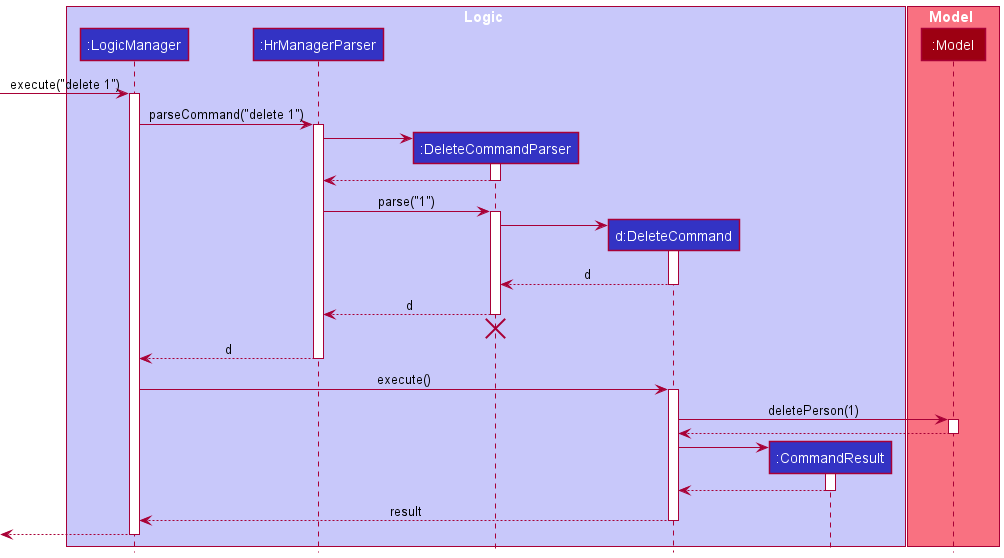
Before: docs/images/DeleteSequenceDiagram.png, a diagram exported from PlantUML (seaweediman/tp). Source of this version:
```plantuml
@startuml
!include style.puml

box Logic LOGIC_COLOR_T1
participant ":LogicManager" as LogicManager LOGIC_COLOR
participant ":HrManagerParser" as HrManagerParser LOGIC_COLOR
participant ":DeleteCommandParser" as DeleteCommandParser LOGIC_COLOR
participant "d:DeleteCommand" as DeleteCommand LOGIC_COLOR
participant ":CommandResult" as CommandResult LOGIC_COLOR
end box

box Model MODEL_COLOR_T1
participant ":Model" as Model MODEL_COLOR
end box

[-> LogicManager : execute("delete 1")
activate LogicManager

LogicManager -> HrManagerParser : parseCommand("delete 1")
activate HrManagerParser

create DeleteCommandParser
HrManagerParser -> DeleteCommandParser
activate DeleteCommandParser

DeleteCommandParser --> HrManagerParser
deactivate DeleteCommandParser

HrManagerParser -> DeleteCommandParser : parse("1")
activate DeleteCommandParser

create DeleteCommand
DeleteCommandParser -> DeleteCommand
activate DeleteCommand

DeleteCommand --> DeleteCommandParser : d
deactivate DeleteCommand

DeleteCommandParser --> HrManagerParser : d
deactivate DeleteCommandParser
DeleteCommandParser -[hidden]-> HrManagerParser
destroy DeleteCommandParser

HrManagerParser --> LogicManager : d
deactivate HrManagerParser

LogicManager -> DeleteCommand : execute()
activate DeleteCommand

DeleteCommand -> Model : deletePerson(1)
activate Model

Model --> DeleteCommand
deactivate Model

create CommandResult
DeleteCommand -> CommandResult
activate CommandResult

CommandResult --> DeleteCommand
deactivate CommandResult

DeleteCommand --> LogicManager : result
deactivate DeleteCommand

[<--LogicManager
deactivate LogicManager
@enduml
```
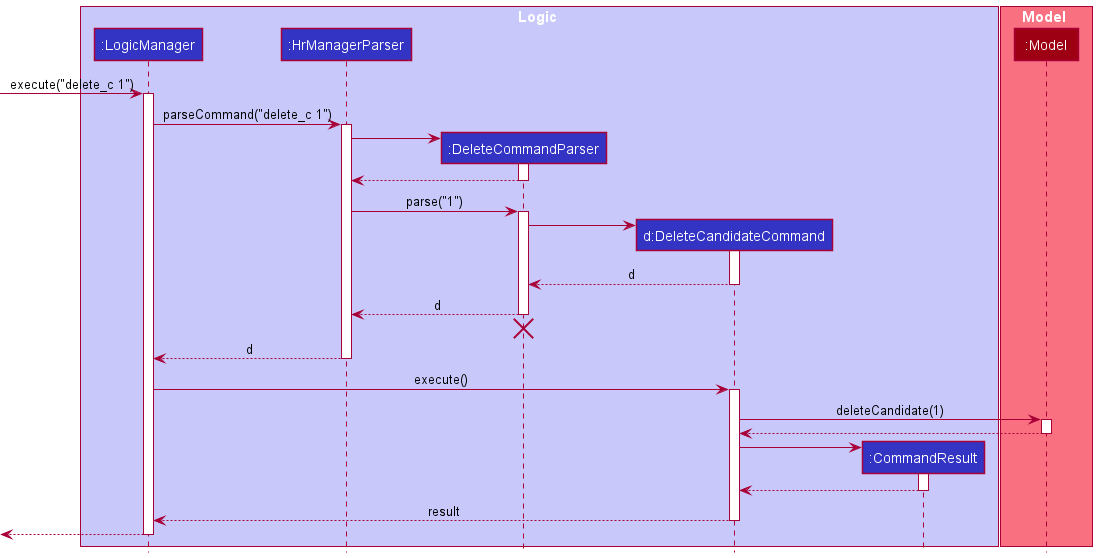
The same file after the commit.

The edit, as a diff of the source:
```diff
@@ -4,8 +4,8 @@
 box Logic LOGIC_COLOR_T1
 participant ":LogicManager" as LogicManager LOGIC_COLOR
 participant ":HrManagerParser" as HrManagerParser LOGIC_COLOR
-participant ":DeleteCommandParser" as DeleteCommandParser LOGIC_COLOR
-participant "d:DeleteCommand" as DeleteCommand LOGIC_COLOR
+participant ":DeleteCommandParser" as DeleteCandidateCommandParser LOGIC_COLOR
+participant "d:DeleteCandidateCommand" as DeleteCandidateCommand LOGIC_COLOR
 participant ":CommandResult" as CommandResult LOGIC_COLOR
 end box
 
@@ -13,55 +13,55 @@
 participant ":Model" as Model MODEL_COLOR
 end box
 
-[-> LogicManager : execute("delete 1")
+[-> LogicManager : execute("delete_c 1")
 activate LogicManager
 
-LogicManager -> HrManagerParser : parseCommand("delete 1")
+LogicManager -> HrManagerParser : parseCommand("delete_c 1")
 activate HrManagerParser
 
-create DeleteCommandParser
-HrManagerParser -> DeleteCommandParser
-activate DeleteCommandParser
+create DeleteCandidateCommandParser
+HrManagerParser -> DeleteCandidateCommandParser
+activate DeleteCandidateCommandParser
 
-DeleteCommandParser --> HrManagerParser
-deactivate DeleteCommandParser
+DeleteCandidateCommandParser --> HrManagerParser
+deactivate DeleteCandidateCommandParser
 
-HrManagerParser -> DeleteCommandParser : parse("1")
-activate DeleteCommandParser
+HrManagerParser -> DeleteCandidateCommandParser : parse("1")
+activate DeleteCandidateCommandParser
 
-create DeleteCommand
-DeleteCommandParser -> DeleteCommand
-activate DeleteCommand
+create DeleteCandidateCommand
+DeleteCandidateCommandParser -> DeleteCandidateCommand
+activate DeleteCandidateCommand
 
-DeleteCommand --> DeleteCommandParser : d
-deactivate DeleteCommand
+DeleteCandidateCommand --> DeleteCandidateCommandParser : d
+deactivate DeleteCandidateCommand
 
-DeleteCommandParser --> HrManagerParser : d
-deactivate DeleteCommandParser
-DeleteCommandParser -[hidden]-> HrManagerParser
-destroy DeleteCommandParser
+DeleteCandidateCommandParser --> HrManagerParser : d
+deactivate DeleteCandidateCommandParser
+DeleteCandidateCommandParser -[hidden]-> HrManagerParser
+destroy DeleteCandidateCommandParser
 
 HrManagerParser --> LogicManager : d
 deactivate HrManagerParser
 
-LogicManager -> DeleteCommand : execute()
-activate DeleteCommand
+LogicManager -> DeleteCandidateCommand : execute()
+activate DeleteCandidateCommand
 
-DeleteCommand -> Model : deletePerson(1)
+DeleteCandidateCommand -> Model : deleteCandidate(1)
 activate Model
 
-Model --> DeleteCommand
+Model --> DeleteCandidateCommand
 deactivate Model
 
 create CommandResult
-DeleteCommand -> CommandResult
+DeleteCandidateCommand -> CommandResult
 activate CommandResult
 
-CommandResult --> DeleteCommand
+CommandResult --> DeleteCandidateCommand
 deactivate CommandResult
 
-DeleteCommand --> LogicManager : result
-deactivate DeleteCommand
+DeleteCandidateCommand --> LogicManager : result
+deactivate DeleteCandidateCommand
 
 [<--LogicManager
 deactivate LogicManager
```
